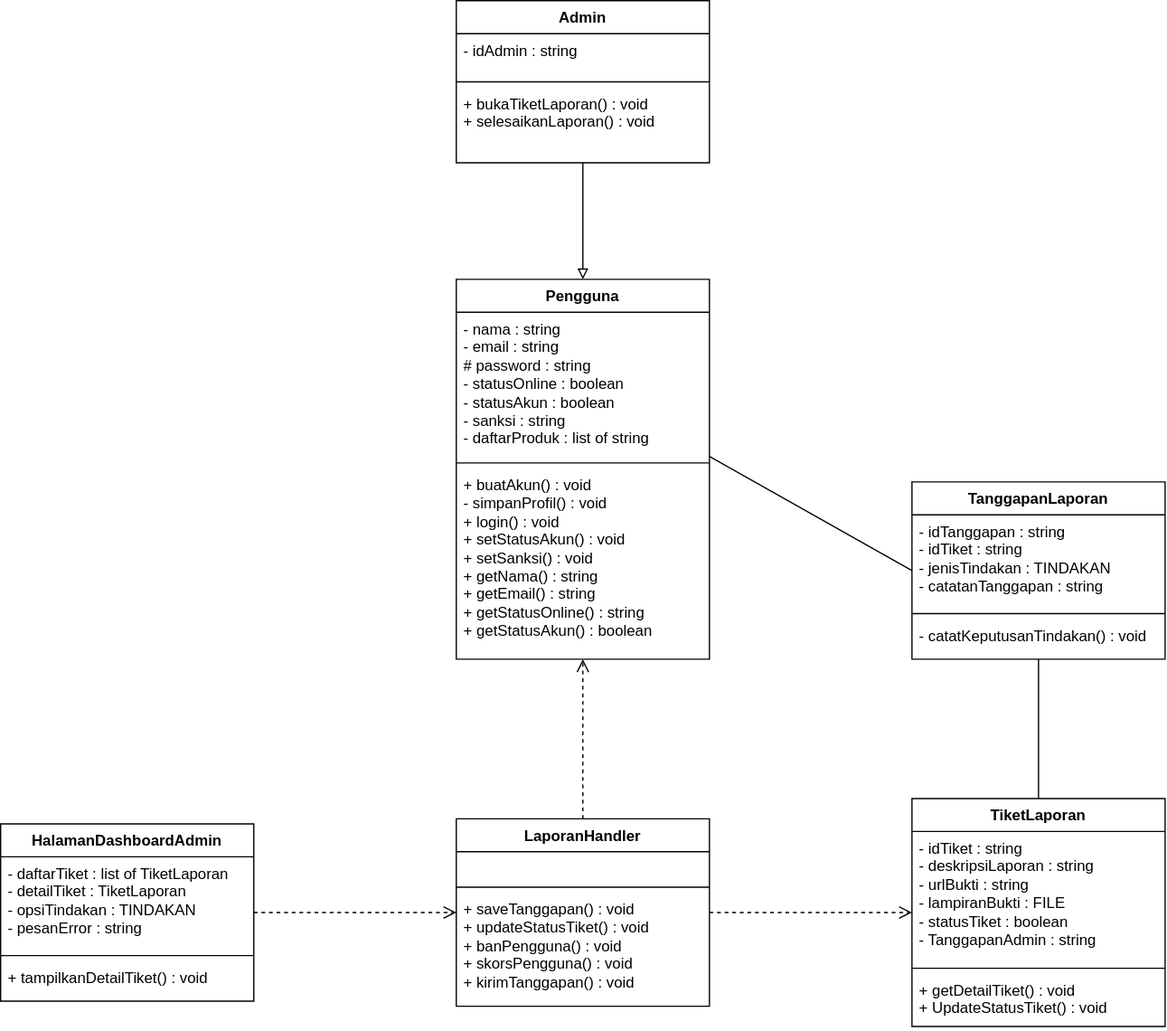
Above: docs/M7/assets/diagram/UC15_DiagramKelas.svg in EdwTorch/IF2150-RPL-K01-G03 (draw.io), before the change. Source tidied: cells renumbered, new cells last; positions are measured from the earlier drawing's top-left corner, leaving out a move shared by most shapes.
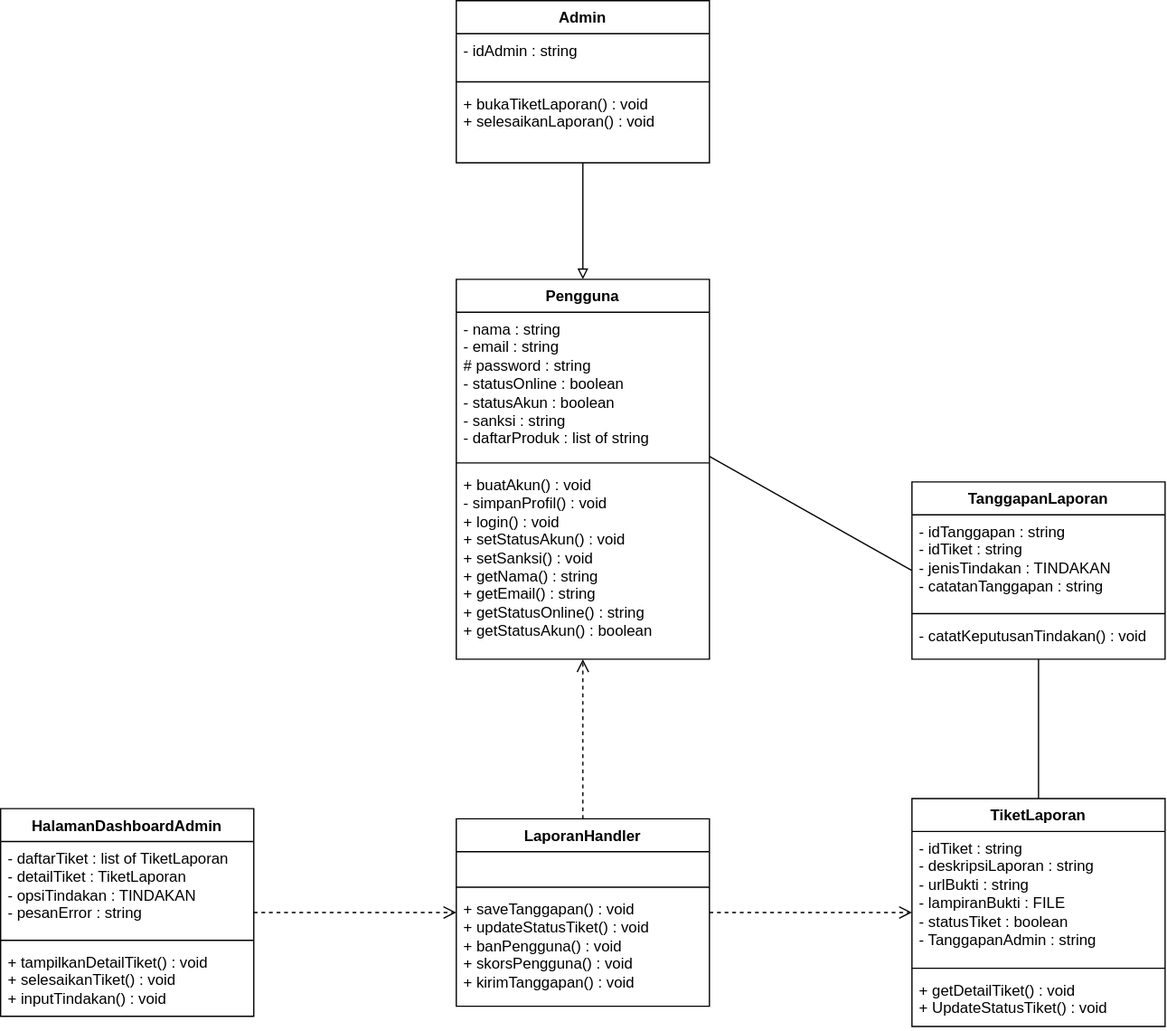
Later version of the same file.

Commit message:
docs: memperbaiki diagram kelas UC15

Change to the diagram source:
```diff
@@ -30,7 +30,7 @@
       <mxGeometry relative="1" as="geometry" />
     </mxCell>
     <mxCell id="11" value="HalamanDashboardAdmin" style="swimlane;fontStyle=1;align=center;verticalAlign=top;horizontal=1;startSize=26;whiteSpace=wrap;html=1;" parent="1" vertex="1">
-      <mxGeometry y="650" width="200" height="140" as="geometry" />
+      <mxGeometry y="638" width="200" height="164" as="geometry" />
     </mxCell>
     <mxCell id="12" value="&lt;div&gt;- daftarTiket : list of TiketLaporan&lt;/div&gt;&lt;div&gt;- detailTiket : TiketLaporan&lt;/div&gt;&lt;div&gt;- opsiTindakan : TINDAKAN&lt;/div&gt;&lt;div&gt;- pesanError : string&lt;/div&gt;" style="text;strokeColor=none;fillColor=none;align=left;verticalAlign=top;spacingLeft=4;spacingRight=4;overflow=hidden;whiteSpace=wrap;html=1;" parent="11" vertex="1">
       <mxGeometry y="26" width="200" height="74" as="geometry" />
@@ -38,8 +38,8 @@
     <mxCell id="13" style="line;strokeWidth=1;fillColor=none;align=left;verticalAlign=middle;spacingTop=-1;spacingLeft=3;spacingRight=3;labelPosition=right;strokeColor=inherit;labelPerimeter=1;" parent="11" vertex="1">
       <mxGeometry y="100" width="200" height="8" as="geometry" />
     </mxCell>
-    <mxCell id="14" value="+ tampilkanDetailTiket() : void" style="text;strokeColor=none;fillColor=none;align=left;verticalAlign=top;spacingLeft=4;spacingRight=4;overflow=hidden;whiteSpace=wrap;html=1;" parent="11" vertex="1">
-      <mxGeometry y="108" width="200" height="32" as="geometry" />
+    <mxCell id="14" value="+ tampilkanDetailTiket() : void&lt;div&gt;+ selesaikanTiket() : void&lt;/div&gt;&lt;div&gt;+&amp;nbsp;inputTindakan() : void&lt;/div&gt;&lt;div&gt;&lt;br&gt;&lt;/div&gt;" style="text;strokeColor=none;fillColor=none;align=left;verticalAlign=top;spacingLeft=4;spacingRight=4;overflow=hidden;whiteSpace=wrap;html=1;" parent="11" vertex="1">
+      <mxGeometry y="108" width="200" height="56" as="geometry" />
     </mxCell>
     <mxCell id="15" value="LaporanHandler" style="swimlane;fontStyle=1;align=center;verticalAlign=top;horizontal=1;startSize=26;whiteSpace=wrap;html=1;" parent="1" vertex="1">
       <mxGeometry x="360" y="646" width="200" height="148" as="geometry" />
```
